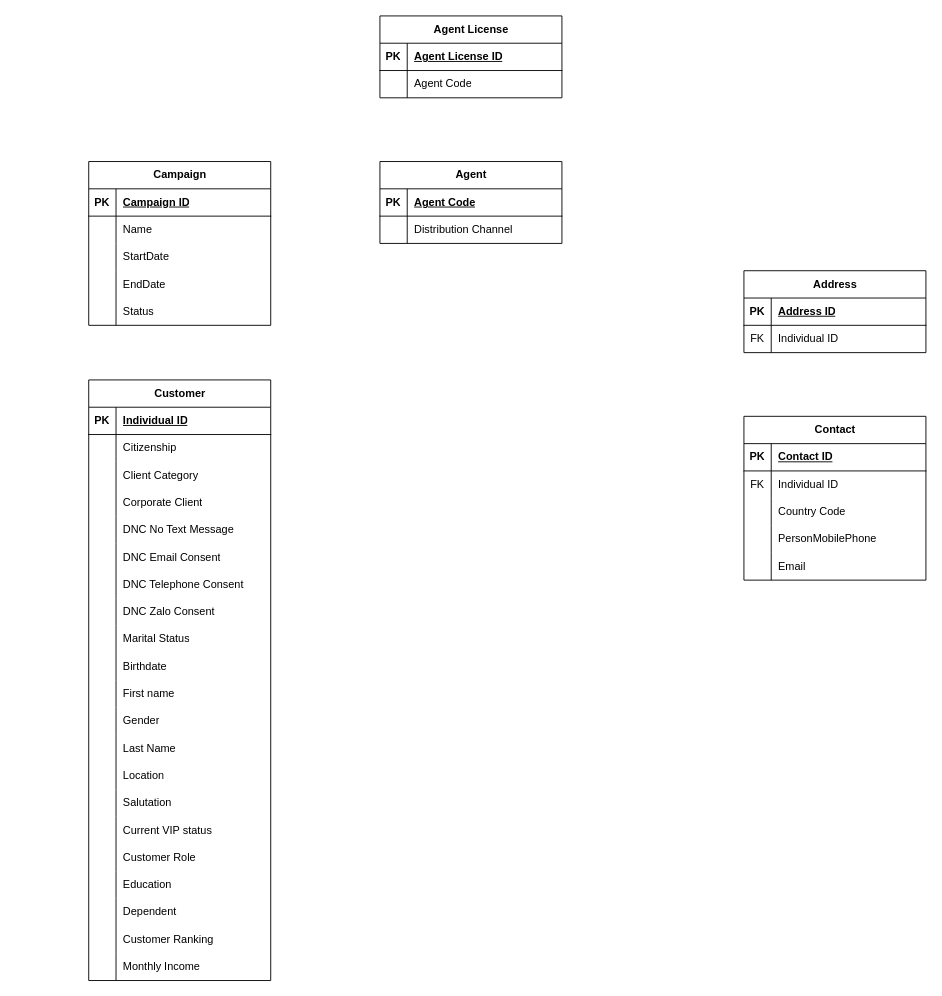
The draw.io diagram CEP_logic_map.drawio in EpicM97/EpicM, before the edit. Source tidied: cells renumbered, new cells numbered last; positions are measured from the earlier drawing's top-left corner, leaving out a move shared by most shapes. Both pictures are drawn from the tidied source at 91%, with x=0, y=0 at pixel (88, 15).
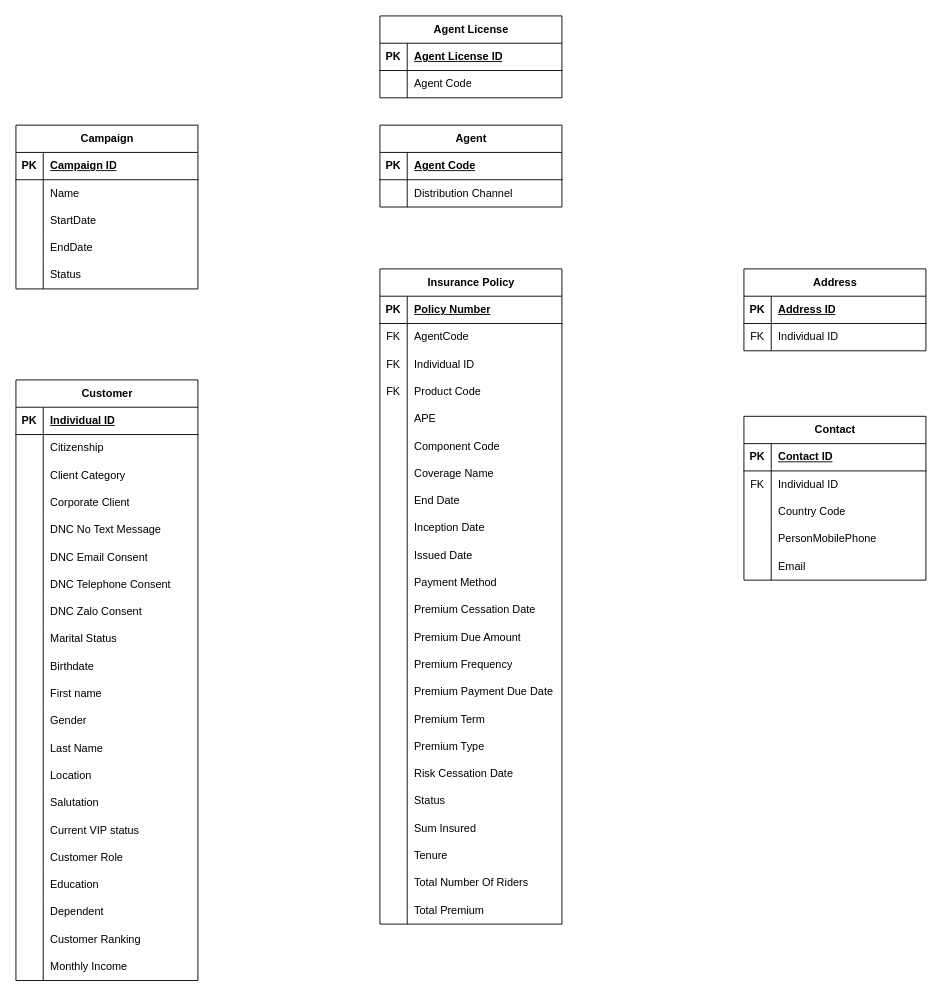
Above is the later version.

The edit, as a diff of the source:
```diff
@@
     <mxCell id="2" value="Agent" style="shape=table;startSize=30;childLayout=tableLayout;rowLines=0;fontStyle=1;align=center;html=1;" parent="1" vertex="1">
-      <mxGeometry x="320" y="160" width="200" height="90" as="geometry" />
+      <mxGeometry x="320" y="120" width="200" height="90" as="geometry" />
     </mxCell>
@@
     <mxCell id="9" value="Address" style="shape=table;startSize=30;childLayout=tableLayout;rowLines=0;fontStyle=1;align=center;html=1;" parent="1" vertex="1">
-      <mxGeometry x="720" y="280" width="200" height="90" as="geometry" />
+      <mxGeometry x="720" y="278" width="200" height="90" as="geometry" />
     </mxCell>
@@
     <mxCell id="23" value="Campaign" style="shape=table;startSize=30;childLayout=tableLayout;rowLines=0;fontStyle=1;align=center;html=1;" parent="1" vertex="1">
-      <mxGeometry y="160" width="200" height="180" as="geometry" />
+      <mxGeometry x="-80" y="120" width="200" height="180" as="geometry" />
     </mxCell>
@@
     <mxCell id="55" value="Customer" style="shape=table;startSize=30;childLayout=tableLayout;rowLines=0;fontStyle=1;align=center;html=1;" parent="1" vertex="1">
-      <mxGeometry y="400" width="200" height="660" as="geometry" />
+      <mxGeometry x="-80" y="400" width="200" height="660" as="geometry" />
     </mxCell>
@@
+    <mxCell id="119" value="Insurance Policy" style="shape=table;startSize=30;childLayout=tableLayout;rowLines=0;fontStyle=1;align=center;html=1;" parent="1" vertex="1">
+      <mxGeometry x="320" y="278" width="200" height="720" as="geometry" />
+    </mxCell>
+    <mxCell id="120" style="shape=tableRow;horizontal=0;startSize=0;swimlaneHead=0;swimlaneBody=0;fillColor=none;top=0;left=0;right=0;bottom=1;" parent="119" vertex="1">
+      <mxGeometry y="30" width="200" height="30" as="geometry" />
+    </mxCell>
+    <mxCell id="121" value="PK" style="shape=partialRectangle;fillColor=none;top=0;left=0;bottom=0;right=0;fontStyle=1;overflow=hidden;whiteSpace=wrap;html=1;" parent="120" vertex="1">
+      <mxGeometry width="30" height="30" as="geometry" />
+    </mxCell>
+    <mxCell id="122" value="Policy Number" style="shape=partialRectangle;fillColor=none;top=0;left=0;bottom=0;right=0;align=left;spacingLeft=6;fontStyle=5;overflow=hidden;whiteSpace=wrap;html=1;" parent="120" vertex="1">
+      <mxGeometry x="30" width="170" height="30" as="geometry" />
+    </mxCell>
+    <mxCell id="123" style="shape=tableRow;horizontal=0;startSize=0;swimlaneHead=0;swimlaneBody=0;fillColor=none;top=0;left=0;right=0;bottom=0;" parent="119" vertex="1">
+      <mxGeometry y="60" width="200" height="30" as="geometry" />
+    </mxCell>
+    <mxCell id="124" value="FK" style="shape=partialRectangle;fillColor=none;top=0;left=0;bottom=0;right=0;overflow=hidden;whiteSpace=wrap;html=1;" parent="123" vertex="1">
+      <mxGeometry width="30" height="30" as="geometry" />
+    </mxCell>
+    <mxCell id="125" value="AgentCode" style="shape=partialRectangle;fillColor=none;top=0;left=0;bottom=0;right=0;align=left;spacingLeft=6;overflow=hidden;whiteSpace=wrap;html=1;" parent="123" vertex="1">
+      <mxGeometry x="30" width="170" height="30" as="geometry" />
+    </mxCell>
+    <mxCell id="126" style="shape=tableRow;horizontal=0;startSize=0;swimlaneHead=0;swimlaneBody=0;fillColor=none;top=0;left=0;right=0;bottom=0;" parent="119" vertex="1">
+      <mxGeometry y="90" width="200" height="30" as="geometry" />
+    </mxCell>
+    <mxCell id="127" value="FK" style="shape=partialRectangle;fillColor=none;top=0;left=0;bottom=0;right=0;overflow=hidden;whiteSpace=wrap;html=1;" parent="126" vertex="1">
+      <mxGeometry width="30" height="30" as="geometry" />
+    </mxCell>
+    <mxCell id="128" value="Individual ID" style="shape=partialRectangle;fillColor=none;top=0;left=0;bottom=0;right=0;align=left;spacingLeft=6;overflow=hidden;whiteSpace=wrap;html=1;" parent="126" vertex="1">
+      <mxGeometry x="30" width="170" height="30" as="geometry" />
+    </mxCell>
+    <mxCell id="129" style="shape=tableRow;horizontal=0;startSize=0;swimlaneHead=0;swimlaneBody=0;fillColor=none;top=0;left=0;right=0;bottom=0;" parent="119" vertex="1">
+      <mxGeometry y="120" width="200" height="30" as="geometry" />
+    </mxCell>
+    <mxCell id="130" value="FK" style="shape=partialRectangle;fillColor=none;top=0;left=0;bottom=0;right=0;overflow=hidden;whiteSpace=wrap;html=1;" parent="129" vertex="1">
+      <mxGeometry width="30" height="30" as="geometry" />
+    </mxCell>
+    <mxCell id="131" value="Product Code" style="shape=partialRectangle;fillColor=none;top=0;left=0;bottom=0;right=0;align=left;spacingLeft=6;overflow=hidden;whiteSpace=wrap;html=1;" parent="129" vertex="1">
+      <mxGeometry x="30" width="170" height="30" as="geometry" />
+    </mxCell>
+    <mxCell id="132" style="shape=tableRow;horizontal=0;startSize=0;swimlaneHead=0;swimlaneBody=0;fillColor=none;top=0;left=0;right=0;bottom=0;" parent="119" vertex="1">
+      <mxGeometry y="150" width="200" height="30" as="geometry" />
+    </mxCell>
+    <mxCell id="133" style="shape=partialRectangle;fillColor=none;top=0;left=0;bottom=0;right=0;overflow=hidden;whiteSpace=wrap;html=1;" parent="132" vertex="1">
+      <mxGeometry width="30" height="30" as="geometry" />
+    </mxCell>
+    <mxCell id="134" value="APE" style="shape=partialRectangle;fillColor=none;top=0;left=0;bottom=0;right=0;align=left;spacingLeft=6;overflow=hidden;whiteSpace=wrap;html=1;" parent="132" vertex="1">
+      <mxGeometry x="30" width="170" height="30" as="geometry" />
+    </mxCell>
+    <mxCell id="135" style="shape=tableRow;horizontal=0;startSize=0;swimlaneHead=0;swimlaneBody=0;fillColor=none;top=0;left=0;right=0;bottom=0;" parent="119" vertex="1">
+      <mxGeometry y="180" width="200" height="30" as="geometry" />
+    </mxCell>
+    <mxCell id="136" style="shape=partialRectangle;fillColor=none;top=0;left=0;bottom=0;right=0;overflow=hidden;whiteSpace=wrap;html=1;" parent="135" vertex="1">
+      <mxGeometry width="30" height="30" as="geometry" />
+    </mxCell>
+    <mxCell id="137" value="Component Code" style="shape=partialRectangle;fillColor=none;top=0;left=0;bottom=0;right=0;align=left;spacingLeft=6;overflow=hidden;whiteSpace=wrap;html=1;" parent="135" vertex="1">
+      <mxGeometry x="30" width="170" height="30" as="geometry" />
+    </mxCell>
+    <mxCell id="138" style="shape=tableRow;horizontal=0;startSize=0;swimlaneHead=0;swimlaneBody=0;fillColor=none;top=0;left=0;right=0;bottom=0;" parent="119" vertex="1">
+      <mxGeometry y="210" width="200" height="30" as="geometry" />
+    </mxCell>
+    <mxCell id="139" style="shape=partialRectangle;fillColor=none;top=0;left=0;bottom=0;right=0;overflow=hidden;whiteSpace=wrap;html=1;" parent="138" vertex="1">
+      <mxGeometry width="30" height="30" as="geometry" />
+    </mxCell>
+    <mxCell id="140" value="Coverage Name" style="shape=partialRectangle;fillColor=none;top=0;left=0;bottom=0;right=0;align=left;spacingLeft=6;overflow=hidden;whiteSpace=wrap;html=1;" parent="138" vertex="1">
+      <mxGeometry x="30" width="170" height="30" as="geometry" />
+    </mxCell>
+    <mxCell id="141" style="shape=tableRow;horizontal=0;startSize=0;swimlaneHead=0;swimlaneBody=0;fillColor=none;top=0;left=0;right=0;bottom=0;" parent="119" vertex="1">
+      <mxGeometry y="240" width="200" height="30" as="geometry" />
+    </mxCell>
+    <mxCell id="142" style="shape=partialRectangle;fillColor=none;top=0;left=0;bottom=0;right=0;overflow=hidden;whiteSpace=wrap;html=1;" parent="141" vertex="1">
+      <mxGeometry width="30" height="30" as="geometry" />
+    </mxCell>
+    <mxCell id="143" value="End Date" style="shape=partialRectangle;fillColor=none;top=0;left=0;bottom=0;right=0;align=left;spacingLeft=6;overflow=hidden;whiteSpace=wrap;html=1;" parent="141" vertex="1">
+      <mxGeometry x="30" width="170" height="30" as="geometry" />
+    </mxCell>
+    <mxCell id="144" style="shape=tableRow;horizontal=0;startSize=0;swimlaneHead=0;swimlaneBody=0;fillColor=none;top=0;left=0;right=0;bottom=0;" parent="119" vertex="1">
+      <mxGeometry y="270" width="200" height="30" as="geometry" />
+    </mxCell>
+    <mxCell id="145" style="shape=partialRectangle;fillColor=none;top=0;left=0;bottom=0;right=0;overflow=hidden;whiteSpace=wrap;html=1;" parent="144" vertex="1">
+      <mxGeometry width="30" height="30" as="geometry" />
+    </mxCell>
+    <mxCell id="146" value="Inception Date" style="shape=partialRectangle;fillColor=none;top=0;left=0;bottom=0;right=0;align=left;spacingLeft=6;overflow=hidden;whiteSpace=wrap;html=1;" parent="144" vertex="1">
+      <mxGeometry x="30" width="170" height="30" as="geometry" />
+    </mxCell>
+    <mxCell id="147" style="shape=tableRow;horizontal=0;startSize=0;swimlaneHead=0;swimlaneBody=0;fillColor=none;top=0;left=0;right=0;bottom=0;" parent="119" vertex="1">
+      <mxGeometry y="300" width="200" height="30" as="geometry" />
+    </mxCell>
+    <mxCell id="148" style="shape=partialRectangle;fillColor=none;top=0;left=0;bottom=0;right=0;overflow=hidden;whiteSpace=wrap;html=1;" parent="147" vertex="1">
+      <mxGeometry width="30" height="30" as="geometry" />
+    </mxCell>
+    <mxCell id="149" value="Issued Date" style="shape=partialRectangle;fillColor=none;top=0;left=0;bottom=0;right=0;align=left;spacingLeft=6;overflow=hidden;whiteSpace=wrap;html=1;" parent="147" vertex="1">
+      <mxGeometry x="30" width="170" height="30" as="geometry" />
+    </mxCell>
+    <mxCell id="150" style="shape=tableRow;horizontal=0;startSize=0;swimlaneHead=0;swimlaneBody=0;fillColor=none;top=0;left=0;right=0;bottom=0;" parent="119" vertex="1">
+      <mxGeometry y="330" width="200" height="30" as="geometry" />
+    </mxCell>
+    <mxCell id="151" style="shape=partialRectangle;fillColor=none;top=0;left=0;bottom=0;right=0;overflow=hidden;whiteSpace=wrap;html=1;" parent="150" vertex="1">
+      <mxGeometry width="30" height="30" as="geometry" />
+    </mxCell>
+    <mxCell id="152" value="Payment Method" style="shape=partialRectangle;fillColor=none;top=0;left=0;bottom=0;right=0;align=left;spacingLeft=6;overflow=hidden;whiteSpace=wrap;html=1;" parent="150" vertex="1">
+      <mxGeometry x="30" width="170" height="30" as="geometry" />
+    </mxCell>
+    <mxCell id="153" style="shape=tableRow;horizontal=0;startSize=0;swimlaneHead=0;swimlaneBody=0;fillColor=none;top=0;left=0;right=0;bottom=0;" parent="119" vertex="1">
+      <mxGeometry y="360" width="200" height="30" as="geometry" />
+    </mxCell>
+    <mxCell id="154" style="shape=partialRectangle;fillColor=none;top=0;left=0;bottom=0;right=0;overflow=hidden;whiteSpace=wrap;html=1;" parent="153" vertex="1">
+      <mxGeometry width="30" height="30" as="geometry" />
+    </mxCell>
+    <mxCell id="155" value="Premium Cessation Date" style="shape=partialRectangle;fillColor=none;top=0;left=0;bottom=0;right=0;align=left;spacingLeft=6;overflow=hidden;whiteSpace=wrap;html=1;" parent="153" vertex="1">
+      <mxGeometry x="30" width="170" height="30" as="geometry" />
+    </mxCell>
+    <mxCell id="156" style="shape=tableRow;horizontal=0;startSize=0;swimlaneHead=0;swimlaneBody=0;fillColor=none;top=0;left=0;right=0;bottom=0;" parent="119" vertex="1">
+      <mxGeometry y="390" width="200" height="30" as="geometry" />
+    </mxCell>
+    <mxCell id="157" style="shape=partialRectangle;fillColor=none;top=0;left=0;bottom=0;right=0;overflow=hidden;whiteSpace=wrap;html=1;" parent="156" vertex="1">
+      <mxGeometry width="30" height="30" as="geometry" />
+    </mxCell>
+    <mxCell id="158" value="Premium Due Amount" style="shape=partialRectangle;fillColor=none;top=0;left=0;bottom=0;right=0;align=left;spacingLeft=6;overflow=hidden;whiteSpace=wrap;html=1;" parent="156" vertex="1">
+      <mxGeometry x="30" width="170" height="30" as="geometry" />
+    </mxCell>
+    <mxCell id="159" style="shape=tableRow;horizontal=0;startSize=0;swimlaneHead=0;swimlaneBody=0;fillColor=none;top=0;left=0;right=0;bottom=0;" parent="119" vertex="1">
+      <mxGeometry y="420" width="200" height="30" as="geometry" />
+    </mxCell>
+    <mxCell id="160" style="shape=partialRectangle;fillColor=none;top=0;left=0;bottom=0;right=0;overflow=hidden;whiteSpace=wrap;html=1;" parent="159" vertex="1">
+      <mxGeometry width="30" height="30" as="geometry" />
+    </mxCell>
+    <mxCell id="161" value="Premium Frequency" style="shape=partialRectangle;fillColor=none;top=0;left=0;bottom=0;right=0;align=left;spacingLeft=6;overflow=hidden;whiteSpace=wrap;html=1;" parent="159" vertex="1">
+      <mxGeometry x="30" width="170" height="30" as="geometry" />
+    </mxCell>
+    <mxCell id="162" style="shape=tableRow;horizontal=0;startSize=0;swimlaneHead=0;swimlaneBody=0;fillColor=none;top=0;left=0;right=0;bottom=0;" parent="119" vertex="1">
+      <mxGeometry y="450" width="200" height="30" as="geometry" />
+    </mxCell>
+    <mxCell id="163" style="shape=partialRectangle;fillColor=none;top=0;left=0;bottom=0;right=0;overflow=hidden;whiteSpace=wrap;html=1;" parent="162" vertex="1">
+      <mxGeometry width="30" height="30" as="geometry" />
+    </mxCell>
+    <mxCell id="164" value="Premium Payment Due Date" style="shape=partialRectangle;fillColor=none;top=0;left=0;bottom=0;right=0;align=left;spacingLeft=6;overflow=hidden;whiteSpace=wrap;html=1;" parent="162" vertex="1">
+      <mxGeometry x="30" width="170" height="30" as="geometry" />
+    </mxCell>
+    <mxCell id="165" style="shape=tableRow;horizontal=0;startSize=0;swimlaneHead=0;swimlaneBody=0;fillColor=none;top=0;left=0;right=0;bottom=0;" parent="119" vertex="1">
+      <mxGeometry y="480" width="200" height="30" as="geometry" />
+    </mxCell>
+    <mxCell id="166" style="shape=partialRectangle;fillColor=none;top=0;left=0;bottom=0;right=0;overflow=hidden;whiteSpace=wrap;html=1;" parent="165" vertex="1">
+      <mxGeometry width="30" height="30" as="geometry" />
+    </mxCell>
+    <mxCell id="167" value="Premium Term" style="shape=partialRectangle;fillColor=none;top=0;left=0;bottom=0;right=0;align=left;spacingLeft=6;overflow=hidden;whiteSpace=wrap;html=1;" parent="165" vertex="1">
+      <mxGeometry x="30" width="170" height="30" as="geometry" />
+    </mxCell>
+    <mxCell id="168" style="shape=tableRow;horizontal=0;startSize=0;swimlaneHead=0;swimlaneBody=0;fillColor=none;top=0;left=0;right=0;bottom=0;" parent="119" vertex="1">
+      <mxGeometry y="510" width="200" height="30" as="geometry" />
+    </mxCell>
+    <mxCell id="169" style="shape=partialRectangle;fillColor=none;top=0;left=0;bottom=0;right=0;overflow=hidden;whiteSpace=wrap;html=1;" parent="168" vertex="1">
+      <mxGeometry width="30" height="30" as="geometry" />
+    </mxCell>
+    <mxCell id="170" value="Premium Type" style="shape=partialRectangle;fillColor=none;top=0;left=0;bottom=0;right=0;align=left;spacingLeft=6;overflow=hidden;whiteSpace=wrap;html=1;" parent="168" vertex="1">
+      <mxGeometry x="30" width="170" height="30" as="geometry" />
+    </mxCell>
+    <mxCell id="171" style="shape=tableRow;horizontal=0;startSize=0;swimlaneHead=0;swimlaneBody=0;fillColor=none;top=0;left=0;right=0;bottom=0;" parent="119" vertex="1">
+      <mxGeometry y="540" width="200" height="30" as="geometry" />
+    </mxCell>
+    <mxCell id="172" style="shape=partialRectangle;fillColor=none;top=0;left=0;bottom=0;right=0;overflow=hidden;whiteSpace=wrap;html=1;" parent="171" vertex="1">
+      <mxGeometry width="30" height="30" as="geometry" />
+    </mxCell>
+    <mxCell id="173" value="Risk Cessation Date" style="shape=partialRectangle;fillColor=none;top=0;left=0;bottom=0;right=0;align=left;spacingLeft=6;overflow=hidden;whiteSpace=wrap;html=1;" parent="171" vertex="1">
+      <mxGeometry x="30" width="170" height="30" as="geometry" />
+    </mxCell>
+    <mxCell id="174" style="shape=tableRow;horizontal=0;startSize=0;swimlaneHead=0;swimlaneBody=0;fillColor=none;top=0;left=0;right=0;bottom=0;" parent="119" vertex="1">
+      <mxGeometry y="570" width="200" height="30" as="geometry" />
+    </mxCell>
+    <mxCell id="175" style="shape=partialRectangle;fillColor=none;top=0;left=0;bottom=0;right=0;overflow=hidden;whiteSpace=wrap;html=1;" parent="174" vertex="1">
+      <mxGeometry width="30" height="30" as="geometry" />
+    </mxCell>
+    <mxCell id="176" value="Status" style="shape=partialRectangle;fillColor=none;top=0;left=0;bottom=0;right=0;align=left;spacingLeft=6;overflow=hidden;whiteSpace=wrap;html=1;" parent="174" vertex="1">
+      <mxGeometry x="30" width="170" height="30" as="geometry" />
+    </mxCell>
+    <mxCell id="177" style="shape=tableRow;horizontal=0;startSize=0;swimlaneHead=0;swimlaneBody=0;fillColor=none;top=0;left=0;right=0;bottom=0;" parent="119" vertex="1">
+      <mxGeometry y="600" width="200" height="30" as="geometry" />
+    </mxCell>
+    <mxCell id="178" style="shape=partialRectangle;fillColor=none;top=0;left=0;bottom=0;right=0;overflow=hidden;whiteSpace=wrap;html=1;" parent="177" vertex="1">
+      <mxGeometry width="30" height="30" as="geometry" />
+    </mxCell>
+    <mxCell id="179" value="Sum Insured" style="shape=partialRectangle;fillColor=none;top=0;left=0;bottom=0;right=0;align=left;spacingLeft=6;overflow=hidden;whiteSpace=wrap;html=1;" parent="177" vertex="1">
+      <mxGeometry x="30" width="170" height="30" as="geometry" />
+    </mxCell>
+    <mxCell id="180" style="shape=tableRow;horizontal=0;startSize=0;swimlaneHead=0;swimlaneBody=0;fillColor=none;top=0;left=0;right=0;bottom=0;" parent="119" vertex="1">
+      <mxGeometry y="630" width="200" height="30" as="geometry" />
+    </mxCell>
+    <mxCell id="181" style="shape=partialRectangle;fillColor=none;top=0;left=0;bottom=0;right=0;overflow=hidden;whiteSpace=wrap;html=1;" parent="180" vertex="1">
+      <mxGeometry width="30" height="30" as="geometry" />
+    </mxCell>
+    <mxCell id="182" value="Tenure" style="shape=partialRectangle;fillColor=none;top=0;left=0;bottom=0;right=0;align=left;spacingLeft=6;overflow=hidden;whiteSpace=wrap;html=1;" parent="180" vertex="1">
+      <mxGeometry x="30" width="170" height="30" as="geometry" />
+    </mxCell>
+    <mxCell id="183" style="shape=tableRow;horizontal=0;startSize=0;swimlaneHead=0;swimlaneBody=0;fillColor=none;top=0;left=0;right=0;bottom=0;" parent="119" vertex="1">
+      <mxGeometry y="660" width="200" height="30" as="geometry" />
+    </mxCell>
+    <mxCell id="184" style="shape=partialRectangle;fillColor=none;top=0;left=0;bottom=0;right=0;overflow=hidden;whiteSpace=wrap;html=1;" parent="183" vertex="1">
+      <mxGeometry width="30" height="30" as="geometry" />
+    </mxCell>
+    <mxCell id="185" value="Total Number Of Riders" style="shape=partialRectangle;fillColor=none;top=0;left=0;bottom=0;right=0;align=left;spacingLeft=6;overflow=hidden;whiteSpace=wrap;html=1;" parent="183" vertex="1">
+      <mxGeometry x="30" width="170" height="30" as="geometry" />
+    </mxCell>
+    <mxCell id="186" style="shape=tableRow;horizontal=0;startSize=0;swimlaneHead=0;swimlaneBody=0;fillColor=none;top=0;left=0;right=0;bottom=0;" parent="119" vertex="1">
+      <mxGeometry y="690" width="200" height="30" as="geometry" />
+    </mxCell>
+    <mxCell id="187" style="shape=partialRectangle;fillColor=none;top=0;left=0;bottom=0;right=0;overflow=hidden;whiteSpace=wrap;html=1;" parent="186" vertex="1">
+      <mxGeometry width="30" height="30" as="geometry" />
+    </mxCell>
+    <mxCell id="188" value="Total Premium" style="shape=partialRectangle;fillColor=none;top=0;left=0;bottom=0;right=0;align=left;spacingLeft=6;overflow=hidden;whiteSpace=wrap;html=1;" parent="186" vertex="1">
+      <mxGeometry x="30" width="170" height="30" as="geometry" />
+    </mxCell>
```
